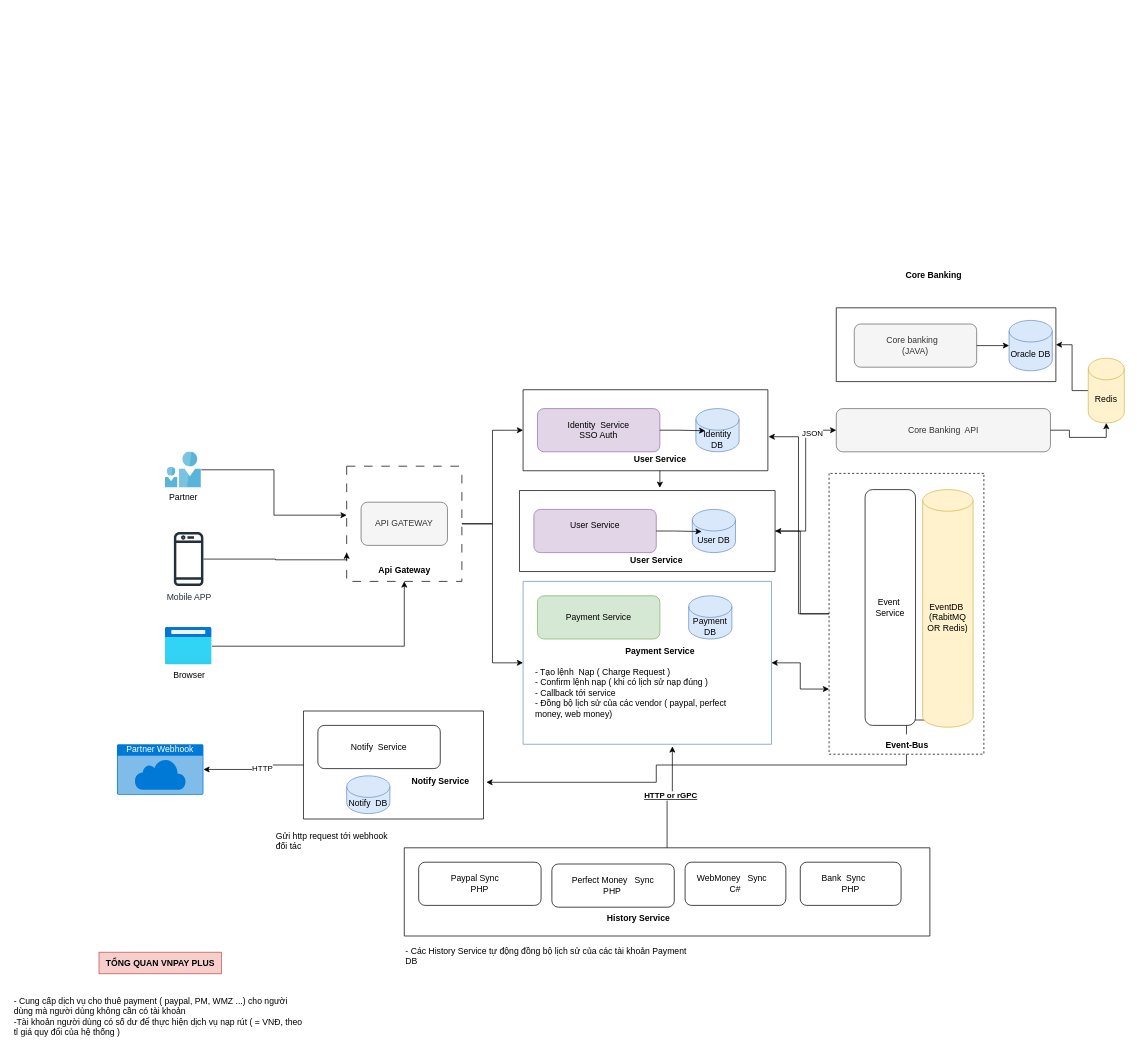
This is Vivi servicer.drawio from bachdev/diagram, a draw.io file, before an edit. Source tidied: cells renumbered, new cells numbered last; positions are measured from the earlier drawing's top-left corner, leaving out a move shared by most shapes. Both pictures are drawn from the tidied source at 72%, with x=0, y=0 at pixel (12, 264).
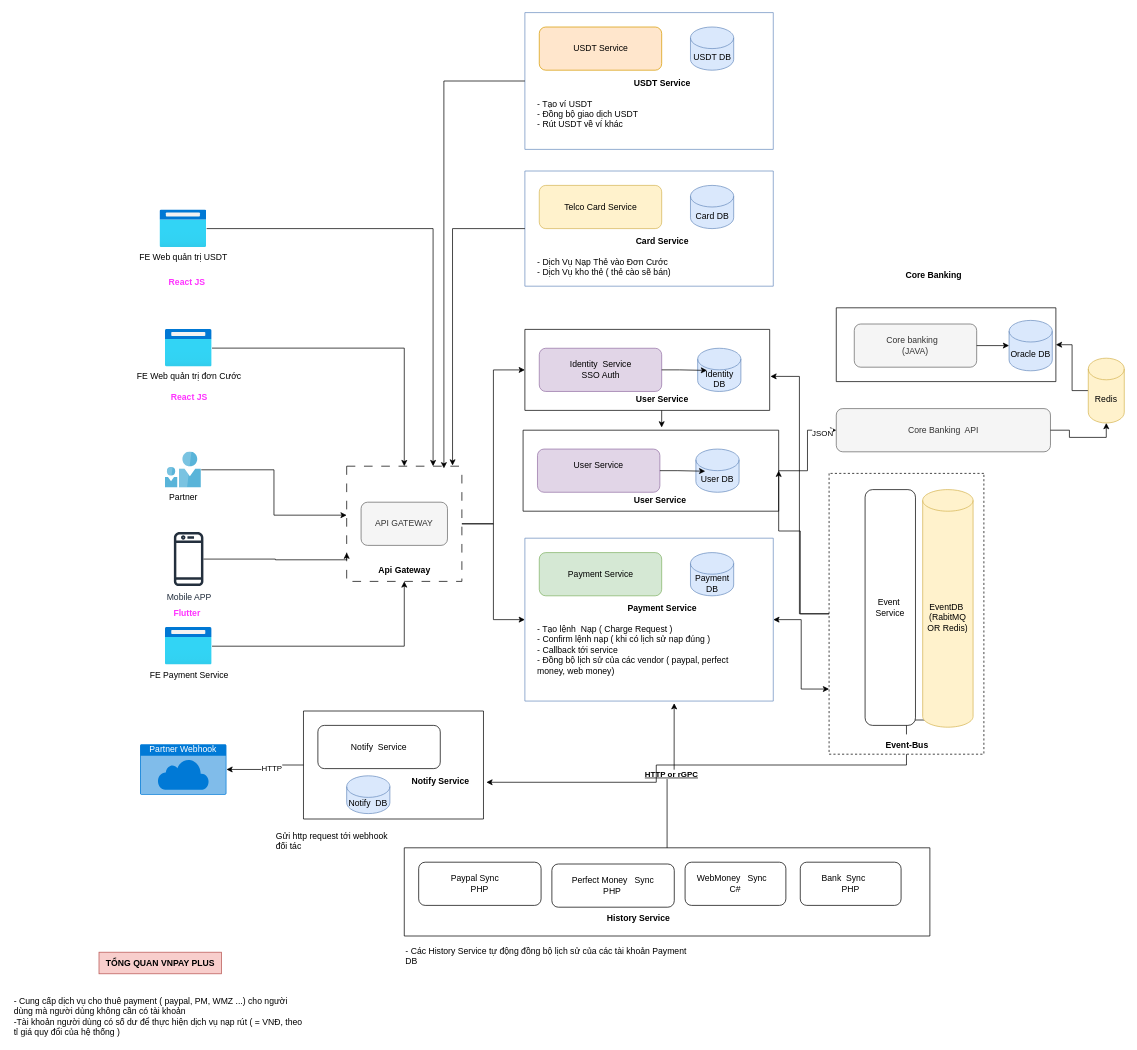
The same diagram, later.

The change refers to these unchanged cells:
```xml
<mxCell id="4" value="API GATEWAY" style="swimlane;startSize=0;fontColor=none;noLabel=1;dashed=1;dashPattern=12 12;" parent="1" vertex="1">
  <mxGeometry x="464" y="280" width="160" height="160" as="geometry" />
</mxCell>
```

What changed in the source:
```diff
@@
     <mxCell id="12" value="Post" style="swimlane;startSize=0;rounded=1;shadow=0;fontColor=none;labelBackgroundColor=none;noLabel=1;" parent="1" vertex="1">
-      <mxGeometry x="709" y="173.8" width="340" height="112.5" as="geometry" />
+      <mxGeometry x="711.5" y="90" width="340" height="112.5" as="geometry" />
     </mxCell>
@@
     <mxCell id="19" value="Post" style="swimlane;startSize=0;rounded=1;shadow=0;labelBackgroundColor=none;noLabel=1;fillColor=#dae8fc;strokeColor=#6c8ebf;" parent="1" vertex="1">
-      <mxGeometry x="709" y="440" width="345" height="226.2" as="geometry" />
+      <mxGeometry x="711.5" y="380" width="345" height="226.2" as="geometry" />
     </mxCell>
@@
-    <mxCell id="42" value="Browser" style="image;html=1;points=[];align=center;fontSize=12;image=img/lib/azure2/general/Browser.svg;" parent="1" vertex="1">
+    <mxCell id="42" value="FE Payment Service" style="image;html=1;points=[];align=center;fontSize=12;image=img/lib/azure2/general/Browser.svg;" parent="1" vertex="1">
       <mxGeometry x="212" y="504" width="65" height="52" as="geometry" />
     </mxCell>
@@
     <mxCell id="57" value="&lt;div&gt;Partner Webhook&lt;/div&gt;&lt;div&gt;&lt;br&gt;&lt;/div&gt;" style="html=1;whiteSpace=wrap;strokeColor=none;fillColor=#0079D6;labelPosition=center;verticalLabelPosition=middle;verticalAlign=top;align=center;fontSize=12;outlineConnect=0;spacingTop=-6;fontColor=#FFFFFF;sketch=0;shape=mxgraph.sitemap.cloud;" parent="1" vertex="1">
-      <mxGeometry x="145" y="666.2" width="120" height="70" as="geometry" />
+      <mxGeometry x="177" y="666.2" width="120" height="70" as="geometry" />
     </mxCell>
@@
     <mxCell id="61" value="Post" style="swimlane;startSize=0;rounded=1;shadow=0;fontColor=none;labelBackgroundColor=none;noLabel=1;" parent="1" vertex="1">
-      <mxGeometry x="704" y="313.8" width="355" height="112.5" as="geometry" />
+      <mxGeometry x="709" y="230" width="355" height="112.5" as="geometry" />
     </mxCell>
@@
+    <mxCell id="68" value="Post" style="swimlane;startSize=0;rounded=1;shadow=0;labelBackgroundColor=none;noLabel=1;fillColor=#dae8fc;strokeColor=#6c8ebf;" parent="1" vertex="1">
+      <mxGeometry x="711.5" y="-130" width="345" height="160" as="geometry" />
+    </mxCell>
+    <mxCell id="69" value="&lt;b&gt;Card Service&lt;br&gt;&lt;/b&gt;" style="text;html=1;align=center;verticalAlign=middle;strokeColor=none;fillColor=none;" parent="68" vertex="1">
+      <mxGeometry x="140" y="82.5" width="100" height="30" as="geometry" />
+    </mxCell>
+    <mxCell id="70" value="Telco Card Service" style="rounded=1;whiteSpace=wrap;html=1;fillColor=#fff2cc;strokeColor=#d6b656;" parent="68" vertex="1">
+      <mxGeometry x="20" y="20" width="170" height="60" as="geometry" />
+    </mxCell>
+    <mxCell id="71" value="Card DB" style="shape=cylinder3;whiteSpace=wrap;html=1;boundedLbl=1;backgroundOutline=1;size=15;fillColor=#dae8fc;strokeColor=#6c8ebf;" parent="68" vertex="1">
+      <mxGeometry x="230" y="20" width="60" height="60" as="geometry" />
+    </mxCell>
+    <mxCell id="72" value="&lt;div&gt;- Dịch Vụ Nạp Thẻ vào Đơn Cước&lt;br&gt;&lt;/div&gt;&lt;div&gt;- Dịch Vụ kho thẻ ( thẻ cào sẽ bán)&lt;br&gt;&lt;/div&gt;&lt;div&gt;&lt;br&gt;&lt;/div&gt;" style="text;html=1;whiteSpace=wrap;overflow=hidden;rounded=0;" parent="68" vertex="1">
+      <mxGeometry x="15" y="112.5" width="295" height="47.5" as="geometry" />
+    </mxCell>
+    <mxCell id="73" value="Post" style="swimlane;startSize=0;rounded=1;shadow=0;labelBackgroundColor=none;noLabel=1;fillColor=#dae8fc;strokeColor=#6c8ebf;" parent="1" vertex="1">
+      <mxGeometry x="711.5" y="-350" width="345" height="190" as="geometry" />
+    </mxCell>
+    <mxCell id="74" value="&lt;b&gt;USDT Service&lt;br&gt;&lt;/b&gt;" style="text;html=1;align=center;verticalAlign=middle;strokeColor=none;fillColor=none;" parent="73" vertex="1">
+      <mxGeometry x="140" y="82.5" width="100" height="30" as="geometry" />
+    </mxCell>
+    <mxCell id="75" value="USDT Service" style="rounded=1;whiteSpace=wrap;html=1;fillColor=#ffe6cc;strokeColor=#d79b00;" parent="73" vertex="1">
+      <mxGeometry x="20" y="20" width="170" height="60" as="geometry" />
+    </mxCell>
+    <mxCell id="76" value="USDT DB" style="shape=cylinder3;whiteSpace=wrap;html=1;boundedLbl=1;backgroundOutline=1;size=15;fillColor=#dae8fc;strokeColor=#6c8ebf;" parent="73" vertex="1">
+      <mxGeometry x="230" y="20" width="60" height="60" as="geometry" />
+    </mxCell>
+    <mxCell id="77" value="&lt;div&gt;- Tạo ví USDT&lt;/div&gt;&lt;div&gt;- Đồng bộ giao dịch USDT&lt;/div&gt;&lt;div&gt;- Rút USDT về ví khác &lt;br&gt;&lt;/div&gt;" style="text;html=1;whiteSpace=wrap;overflow=hidden;rounded=0;" parent="73" vertex="1">
+      <mxGeometry x="15" y="112.5" width="295" height="57.5" as="geometry" />
+    </mxCell>
+    <mxCell id="78" style="edgeStyle=orthogonalEdgeStyle;rounded=0;jettySize=auto;html=1;entryX=0.75;entryY=0;entryDx=0;entryDy=0;" parent="1" edge="1" source="79" target="4">
+      <mxGeometry relative="1" as="geometry" />
+    </mxCell>
+    <mxCell id="79" value="FE Web quản trị USDT " style="image;html=1;points=[];align=center;fontSize=12;image=img/lib/azure2/general/Browser.svg;" parent="1" vertex="1">
+      <mxGeometry x="204.5" y="-76" width="65" height="52" as="geometry" />
+    </mxCell>
+    <mxCell id="80" style="edgeStyle=orthogonalEdgeStyle;rounded=0;jettySize=auto;html=1;" parent="1" edge="1" source="81" target="4">
+      <mxGeometry relative="1" as="geometry" />
+    </mxCell>
+    <mxCell id="81" value="FE Web quản trị đơn Cước" style="image;html=1;points=[];align=center;fontSize=12;image=img/lib/azure2/general/Browser.svg;" parent="1" vertex="1">
+      <mxGeometry x="212" y="90" width="65" height="52" as="geometry" />
+    </mxCell>
+    <mxCell id="82" style="edgeStyle=orthogonalEdgeStyle;rounded=0;jettySize=auto;html=1;entryX=0.919;entryY=-0.006;entryDx=0;entryDy=0;entryPerimeter=0;" parent="1" edge="1" source="68" target="4">
+      <mxGeometry relative="1" as="geometry" />
+    </mxCell>
+    <mxCell id="83" style="edgeStyle=orthogonalEdgeStyle;rounded=0;jettySize=auto;html=1;entryX=0.844;entryY=0.019;entryDx=0;entryDy=0;entryPerimeter=0;" parent="1" edge="1" source="73" target="4">
+      <mxGeometry relative="1" as="geometry" />
+    </mxCell>
+    <mxCell id="84" value="React JS" style="text;html=1;align=center;verticalAlign=middle;strokeColor=none;fillColor=none;fontStyle=1;fontColor=#FF33FF;" parent="1" vertex="1">
+      <mxGeometry x="209.5" y="170" width="70" height="30" as="geometry" />
+    </mxCell>
+    <mxCell id="85" value="Flutter" style="text;html=1;align=center;verticalAlign=middle;strokeColor=none;fillColor=none;fontStyle=1;fontColor=#FF33FF;" parent="1" vertex="1">
+      <mxGeometry x="212" y="470" width="60" height="30" as="geometry" />
+    </mxCell>
+    <mxCell id="86" value="React JS" style="text;html=1;align=center;verticalAlign=middle;strokeColor=none;fillColor=none;fontStyle=1;fontColor=#FF33FF;" parent="1" vertex="1">
+      <mxGeometry x="207" y="10" width="70" height="30" as="geometry" />
+    </mxCell>
```
